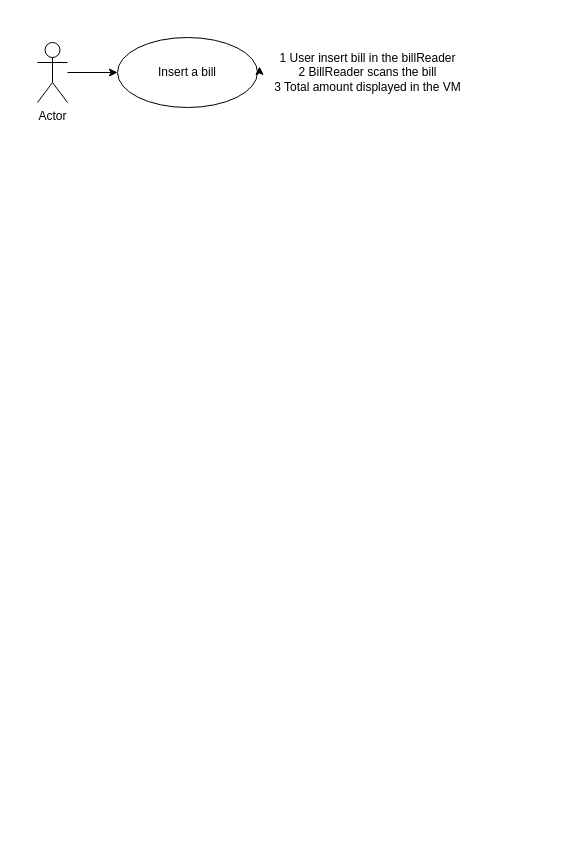
Before: LopezI_Lab01.drawio in israelbldejesus/ShoppingList2, a draw.io diagram. Source tidied: cells renumbered, new cells numbered last; positions are measured from the earlier drawing's top-left corner, leaving out a move shared by most shapes. Both pictures are drawn from the tidied source at 100%, with x=0, y=0 at pixel (37, 37).
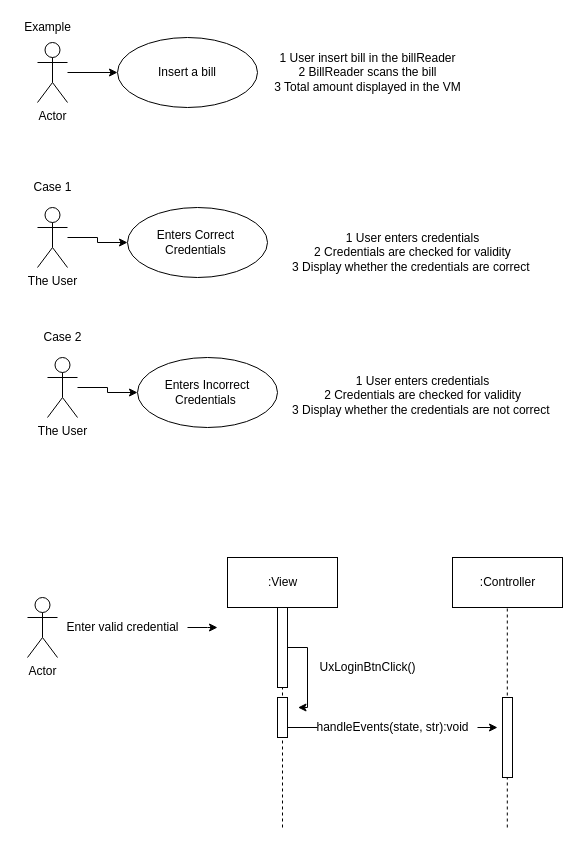
Above is the later version.

Unchanged cells that the change refers to:
```xml
<mxCell id="4" value="Insert a bill" style="ellipse;whiteSpace=wrap;html=1;" parent="1" vertex="1">
  <mxGeometry x="80" width="140" height="70" as="geometry" />
</mxCell>
```

Change to the diagram source:
```diff
@@
-    <mxCell id="5" style="edgeStyle=orthogonalEdgeStyle;rounded=0;orthogonalLoop=1;jettySize=auto;html=1;exitX=1;exitY=0.5;exitDx=0;exitDy=0;entryX=1.014;entryY=0.414;entryDx=0;entryDy=0;entryPerimeter=0;" parent="1" edge="1" source="4" target="4">
-      <mxGeometry relative="1" as="geometry" />
-    </mxCell>
@@
+    <mxCell id="7" style="edgeStyle=orthogonalEdgeStyle;rounded=0;jettySize=auto;html=1;" parent="1" edge="1" source="8" target="9">
+      <mxGeometry relative="1" as="geometry" />
+    </mxCell>
+    <mxCell id="8" value="The User" style="shape=umlActor;verticalLabelPosition=bottom;verticalAlign=top;html=1;" parent="1" vertex="1">
+      <mxGeometry y="170" width="30" height="60" as="geometry" />
+    </mxCell>
+    <mxCell id="9" value="Enters Correct&amp;nbsp; Credentials&amp;nbsp;" style="ellipse;whiteSpace=wrap;html=1;" parent="1" vertex="1">
+      <mxGeometry x="90" y="170" width="140" height="70" as="geometry" />
+    </mxCell>
+    <mxCell id="10" value="1 User enters credentials&lt;br&gt;2 Credentials are checked for validity&lt;br&gt;3 Display whether the credentials are correct&amp;nbsp;" style="text;html=1;align=center;verticalAlign=middle;" parent="1" vertex="1">
+      <mxGeometry x="245" y="190" width="260" height="50" as="geometry" />
+    </mxCell>
+    <mxCell id="11" value="Case 1" style="text;html=1;align=center;verticalAlign=middle;" parent="1" vertex="1">
+      <mxGeometry x="-10" y="140" width="50" height="20" as="geometry" />
+    </mxCell>
+    <mxCell id="12" style="edgeStyle=orthogonalEdgeStyle;rounded=0;jettySize=auto;html=1;" parent="1" edge="1" source="13" target="14">
+      <mxGeometry relative="1" as="geometry" />
+    </mxCell>
+    <mxCell id="13" value="The User" style="shape=umlActor;verticalLabelPosition=bottom;verticalAlign=top;html=1;" parent="1" vertex="1">
+      <mxGeometry x="10" y="320" width="30" height="60" as="geometry" />
+    </mxCell>
+    <mxCell id="14" value="Enters Incorrect Credentials&amp;nbsp;" style="ellipse;whiteSpace=wrap;html=1;" parent="1" vertex="1">
+      <mxGeometry x="100" y="320" width="140" height="70" as="geometry" />
+    </mxCell>
+    <mxCell id="15" value="1 User enters credentials&lt;br&gt;2 Credentials are checked for validity&lt;br&gt;3 Display whether the credentials are not correct&amp;nbsp;&lt;br&gt;&amp;nbsp;" style="text;html=1;align=center;verticalAlign=middle;" parent="1" vertex="1">
+      <mxGeometry x="245" y="335" width="280" height="60" as="geometry" />
+    </mxCell>
+    <mxCell id="16" value="Case 2" style="text;html=1;align=center;verticalAlign=middle;" parent="1" vertex="1">
+      <mxGeometry y="290" width="50" height="20" as="geometry" />
+    </mxCell>
+    <mxCell id="17" value="Example" style="text;html=1;align=center;verticalAlign=middle;" parent="1" vertex="1">
+      <mxGeometry x="-20" y="-20" width="60" height="20" as="geometry" />
+    </mxCell>
+    <mxCell id="18" value="Actor" style="shape=umlActor;verticalLabelPosition=bottom;verticalAlign=top;html=1;" parent="1" vertex="1">
+      <mxGeometry x="-10" y="560" width="30" height="60" as="geometry" />
+    </mxCell>
+    <mxCell id="19" style="edgeStyle=orthogonalEdgeStyle;rounded=0;jettySize=auto;html=1;" parent="1" edge="1" source="20">
+      <mxGeometry relative="1" as="geometry">
+        <mxPoint x="180" y="590" as="targetPoint" />
+      </mxGeometry>
+    </mxCell>
+    <mxCell id="20" value="Enter valid credential" style="text;html=1;align=center;verticalAlign=middle;points=[];" parent="1" vertex="1">
+      <mxGeometry x="20" y="580" width="130" height="20" as="geometry" />
+    </mxCell>
+    <mxCell id="21" value=":View" style="html=1;" parent="1" vertex="1">
+      <mxGeometry x="190" y="520" width="110" height="50" as="geometry" />
+    </mxCell>
+    <mxCell id="22" value=":Controller" style="html=1;" parent="1" vertex="1">
+      <mxGeometry x="415" y="520" width="110" height="50" as="geometry" />
+    </mxCell>
+    <mxCell id="23" style="endArrow=none;dashed=1;html=1;entryX=0.5;entryY=1;entryDx=0;entryDy=0;" parent="1" edge="1" source="26" target="21">
+      <mxGeometry relative="1" as="geometry" />
+    </mxCell>
+    <mxCell id="24" style="endArrow=none;dashed=1;html=1;entryX=0.5;entryY=1;entryDx=0;entryDy=0;" parent="1" edge="1">
+      <mxGeometry relative="1" as="geometry">
+        <mxPoint x="469.8" y="790" as="sourcePoint" />
+        <mxPoint x="469.8" y="570" as="targetPoint" />
+      </mxGeometry>
+    </mxCell>
+    <mxCell id="25" style="edgeStyle=orthogonalEdgeStyle;rounded=0;jettySize=auto;html=1;" parent="1" edge="1" source="26">
+      <mxGeometry relative="1" as="geometry">
+        <mxPoint x="260" y="670" as="targetPoint" />
+      </mxGeometry>
+    </mxCell>
+    <mxCell id="26" style="html=1;points=[];perimeter=orthogonalPerimeter;" parent="1" vertex="1">
+      <mxGeometry x="240" y="570" width="10" height="80" as="geometry" />
+    </mxCell>
+    <mxCell id="27" style="endArrow=none;dashed=1;html=1;entryX=0.5;entryY=1;entryDx=0;entryDy=0;" parent="1" edge="1" target="26">
+      <mxGeometry relative="1" as="geometry">
+        <mxPoint x="245" y="790" as="sourcePoint" />
+      </mxGeometry>
+    </mxCell>
+    <mxCell id="28" style="html=1;perimeter=orthogonalPerimeter;" parent="1" vertex="1">
+      <mxGeometry x="240" y="660" width="10" height="40" as="geometry" />
+    </mxCell>
+    <mxCell id="29" value="UxLoginBtnClick()" style="text;html=1;align=center;verticalAlign=middle;" parent="1" vertex="1">
+      <mxGeometry x="275" y="620" width="110" height="20" as="geometry" />
+    </mxCell>
+    <mxCell id="30" style="endArrow=none;html=1;" parent="1" edge="1">
+      <mxGeometry relative="1" as="geometry">
+        <mxPoint x="250" y="690" as="sourcePoint" />
+        <mxPoint x="280" y="690" as="targetPoint" />
+      </mxGeometry>
+    </mxCell>
+    <mxCell id="31" style="edgeStyle=orthogonalEdgeStyle;rounded=0;jettySize=auto;html=1;" parent="1" edge="1" source="32">
+      <mxGeometry relative="1" as="geometry">
+        <mxPoint x="460" y="690" as="targetPoint" />
+      </mxGeometry>
+    </mxCell>
+    <mxCell id="32" value="handleEvents(state, str):void" style="text;html=1;align=center;verticalAlign=middle;points=[];" parent="1" vertex="1">
+      <mxGeometry x="270" y="680" width="170" height="20" as="geometry" />
+    </mxCell>
+    <mxCell id="33" style="html=1;perimeter=orthogonalPerimeter;" parent="1" vertex="1">
+      <mxGeometry x="465" y="660" width="10" height="80" as="geometry" />
+    </mxCell>
```
